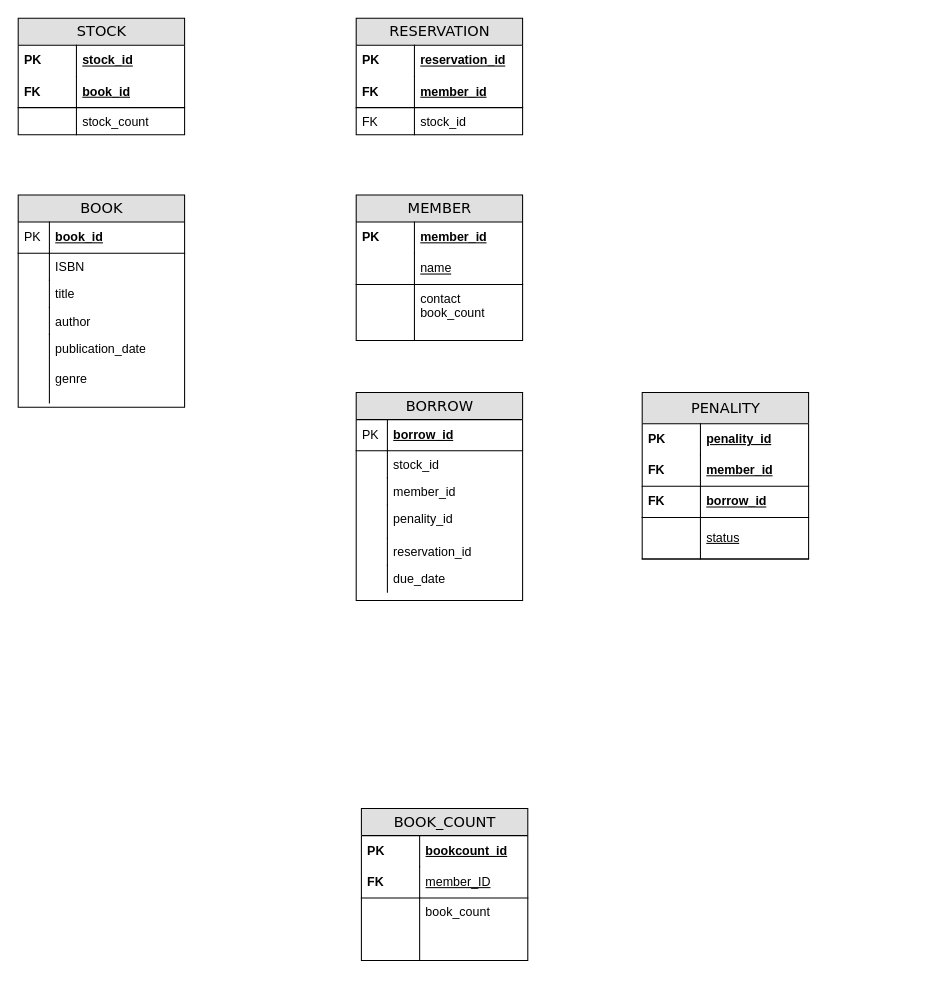
The draw.io diagram erdiagram.drawio in kaushik315/MScComputingDS, before the edit. Source tidied: cells renumbered, new cells numbered last; positions are measured from the earlier drawing's top-left corner, leaving out a move shared by most shapes. Both pictures are drawn from the tidied source at 104%, with x=0, y=0 at pixel (18, 18).
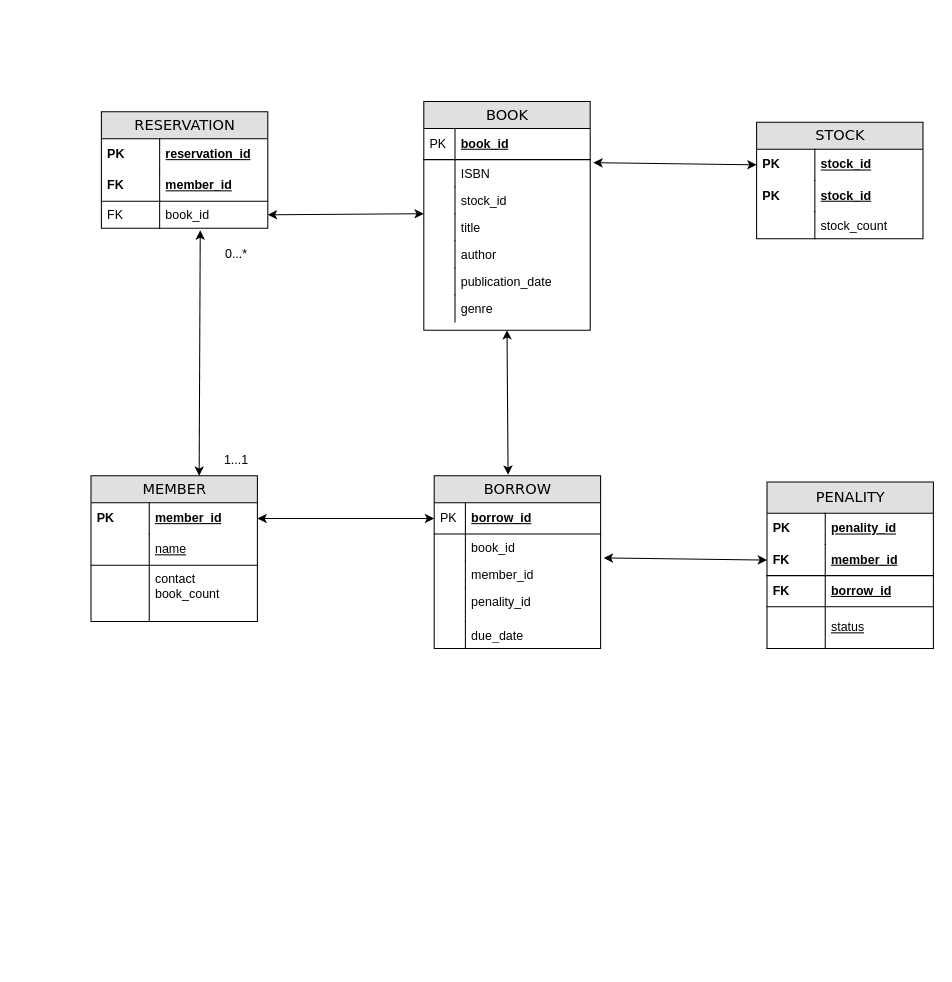
The same diagram, later.

The change refers to these unchanged cells:
```xml
<mxCell id="10" value="member_id" style="shape=partialRectangle;top=0;left=0;right=0;bottom=0;html=1;align=left;verticalAlign=middle;fillColor=none;spacingLeft=60;spacingRight=4;whiteSpace=wrap;overflow=hidden;points=[[0,0.5],[1,0.5]];portConstraint=eastwest;fontStyle=5;" parent="9" vertex="1">
  <mxGeometry y="26" width="160" height="30" as="geometry" />
</mxCell>
<mxCell id="19" value="member_id" style="shape=partialRectangle;top=0;left=0;right=0;bottom=1;html=1;align=left;verticalAlign=middle;fillColor=none;spacingLeft=60;spacingRight=4;whiteSpace=wrap;overflow=hidden;points=[[0,0.5],[1,0.5]];portConstraint=eastwest;fontStyle=5;" parent="16" vertex="1">
  <mxGeometry y="60" width="160" height="30" as="geometry" />
</mxCell>
<mxCell id="28" value="ISBN" style="shape=partialRectangle;top=0;left=0;right=0;bottom=0;html=1;align=left;verticalAlign=top;fillColor=none;spacingLeft=34;spacingRight=4;whiteSpace=wrap;overflow=hidden;points=[[0,0.5],[1,0.5]];portConstraint=eastwest;rotation=0;" parent="25" vertex="1">
  <mxGeometry y="56" width="160" height="26" as="geometry" />
</mxCell>
<mxCell id="37" value="borrow_id" style="shape=partialRectangle;top=0;left=0;right=0;bottom=1;html=1;align=left;verticalAlign=middle;fillColor=none;spacingLeft=34;spacingRight=4;whiteSpace=wrap;overflow=hidden;points=[[0,0.5],[1,0.5]];portConstraint=eastwest;fontStyle=5;" parent="36" vertex="1">
  <mxGeometry y="26" width="160" height="30" as="geometry" />
</mxCell>
```

Diff of the diagram source:
```diff
@@
     <mxCell id="2" value="STOCK" style="swimlane;html=1;fontStyle=0;horizontal=1;startSize=26;fillColor=#e0e0e0;swimlaneFillColor=#ffffff;align=center;rounded=0;shadow=0;comic=0;labelBackgroundColor=none;strokeWidth=1;fontFamily=Verdana;fontSize=14;" parent="1" vertex="1">
-      <mxGeometry width="160" height="112" as="geometry" />
+      <mxGeometry x="710" y="100" width="160" height="112" as="geometry" />
     </mxCell>
+    <mxCell id="63" value="stock_id" style="shape=partialRectangle;top=0;left=0;right=0;bottom=0;html=1;align=left;verticalAlign=middle;fillColor=none;spacingLeft=60;spacingRight=4;whiteSpace=wrap;overflow=hidden;points=[[0,0.5],[1,0.5]];portConstraint=eastwest;fontStyle=5;" parent="2" vertex="1">
+      <mxGeometry y="26" width="160" height="30" as="geometry" />
+    </mxCell>
+    <mxCell id="51" value="PK" style="shape=partialRectangle;fontStyle=1;top=0;left=0;bottom=0;html=1;fillColor=none;align=left;verticalAlign=middle;spacingLeft=4;spacingRight=4;whiteSpace=wrap;overflow=hidden;" parent="63" vertex="1">
+      <mxGeometry width="56" height="30" as="geometry" />
+    </mxCell>
     <mxCell id="3" value="stock_id" style="shape=partialRectangle;top=0;left=0;right=0;bottom=0;html=1;align=left;verticalAlign=middle;fillColor=none;spacingLeft=60;spacingRight=4;whiteSpace=wrap;overflow=hidden;fontStyle=5;" parent="2" vertex="1">
-      <mxGeometry y="26" width="160" height="30" as="geometry" />
+      <mxGeometry y="56" width="160" height="30" as="geometry" />
     </mxCell>
@@
-    <mxCell id="5" value="book_id" style="shape=partialRectangle;top=0;left=0;right=0;bottom=1;html=1;align=left;verticalAlign=middle;fillColor=none;spacingLeft=60;spacingRight=4;whiteSpace=wrap;overflow=hidden;fontStyle=5;" parent="2" vertex="1">
-      <mxGeometry y="56" width="160" height="30" as="geometry" />
-    </mxCell>
-    <mxCell id="6" value="FK" style="shape=partialRectangle;fontStyle=1;top=0;left=0;bottom=0;html=1;fillColor=none;align=left;verticalAlign=middle;spacingLeft=4;spacingRight=4;whiteSpace=wrap;overflow=hidden;" parent="5" vertex="1">
-      <mxGeometry width="56" height="30" as="geometry" />
-    </mxCell>
@@
     <mxCell id="9" value="MEMBER" style="swimlane;html=1;fontStyle=0;horizontal=1;startSize=26;fillColor=#e0e0e0;swimlaneFillColor=#ffffff;align=center;rounded=0;shadow=0;comic=0;labelBackgroundColor=none;strokeWidth=1;fontFamily=Verdana;fontSize=14;" parent="1" vertex="1">
-      <mxGeometry x="325" y="170" width="160" height="140" as="geometry" />
+      <mxGeometry x="70" y="440" width="160" height="140" as="geometry" />
     </mxCell>
@@
     <mxCell id="16" value="PENALITY" style="swimlane;html=1;fontStyle=0;horizontal=1;startSize=30;fillColor=#e0e0e0;swimlaneFillColor=#ffffff;align=center;rounded=0;shadow=0;comic=0;labelBackgroundColor=none;strokeWidth=1;fontFamily=Verdana;fontSize=14;" parent="1" vertex="1">
-      <mxGeometry x="600" y="360" width="160" height="160" as="geometry" />
+      <mxGeometry x="720" y="446" width="160" height="160" as="geometry" />
     </mxCell>
@@
     <mxCell id="25" value="BOOK" style="swimlane;html=1;fontStyle=0;horizontal=1;startSize=26;fillColor=#e0e0e0;swimlaneFillColor=#ffffff;align=center;rounded=0;shadow=0;comic=0;labelBackgroundColor=none;strokeWidth=1;fontFamily=Verdana;fontSize=14;rotation=0;" parent="1" vertex="1">
-      <mxGeometry y="170" width="160" height="204" as="geometry" />
+      <mxGeometry x="390" y="80" width="160" height="220" as="geometry" />
     </mxCell>
@@
+    <mxCell id="64" value="stock_id" style="shape=partialRectangle;top=0;left=0;right=0;bottom=0;html=1;align=left;verticalAlign=top;fillColor=none;spacingLeft=34;spacingRight=4;whiteSpace=wrap;overflow=hidden;points=[[0,0.5],[1,0.5]];portConstraint=eastwest;rotation=0;" parent="25" vertex="1">
+      <mxGeometry y="82" width="160" height="26" as="geometry" />
+    </mxCell>
+    <mxCell id="65" style="shape=partialRectangle;top=0;left=0;bottom=0;html=1;fillColor=none;align=left;verticalAlign=top;spacingLeft=4;spacingRight=4;whiteSpace=wrap;overflow=hidden;rotation=0;" parent="64" vertex="1">
+      <mxGeometry width="30" height="26" as="geometry" />
+    </mxCell>
     <mxCell id="30" value="title" style="shape=partialRectangle;top=0;left=0;right=0;bottom=0;html=1;align=left;verticalAlign=top;fillColor=none;spacingLeft=34;spacingRight=4;whiteSpace=wrap;overflow=hidden;rotation=0;" parent="25" vertex="1">
-      <mxGeometry y="82" width="160" height="26" as="geometry" />
+      <mxGeometry y="108" width="160" height="26" as="geometry" />
     </mxCell>
@@
     <mxCell id="32" value="author" style="shape=partialRectangle;top=0;left=0;right=0;bottom=0;html=1;align=left;verticalAlign=top;fillColor=none;spacingLeft=34;spacingRight=4;whiteSpace=wrap;overflow=hidden;rotation=0;" parent="25" vertex="1">
-      <mxGeometry y="108" width="160" height="26" as="geometry" />
+      <mxGeometry y="134" width="160" height="26" as="geometry" />
     </mxCell>
@@
-    <mxCell id="34" value="publication_date&lt;br&gt;&lt;br&gt;genre&lt;br&gt;" style="shape=partialRectangle;top=0;left=0;right=0;bottom=0;html=1;align=left;verticalAlign=top;fillColor=none;spacingLeft=34;spacingRight=4;whiteSpace=wrap;overflow=hidden;rotation=0;" parent="25" vertex="1">
-      <mxGeometry y="134" width="160" height="66" as="geometry" />
-    </mxCell>
-    <mxCell id="35" style="shape=partialRectangle;top=0;left=0;bottom=0;html=1;fillColor=none;align=left;verticalAlign=top;spacingLeft=4;spacingRight=4;whiteSpace=wrap;overflow=hidden;rotation=0;" parent="34" vertex="1">
-      <mxGeometry width="30" height="66" as="geometry" />
-    </mxCell>
+    <mxCell id="66" value="publication_date" style="shape=partialRectangle;top=0;left=0;right=0;bottom=0;html=1;align=left;verticalAlign=top;fillColor=none;spacingLeft=34;spacingRight=4;whiteSpace=wrap;overflow=hidden;rotation=0;" parent="25" vertex="1">
+      <mxGeometry y="160" width="160" height="26" as="geometry" />
+    </mxCell>
+    <mxCell id="67" style="shape=partialRectangle;top=0;left=0;bottom=0;html=1;fillColor=none;align=left;verticalAlign=top;spacingLeft=4;spacingRight=4;whiteSpace=wrap;overflow=hidden;rotation=0;" parent="66" vertex="1">
+      <mxGeometry width="30" height="26" as="geometry" />
+    </mxCell>
+    <mxCell id="68" value="genre" style="shape=partialRectangle;top=0;left=0;right=0;bottom=0;html=1;align=left;verticalAlign=top;fillColor=none;spacingLeft=34;spacingRight=4;whiteSpace=wrap;overflow=hidden;rotation=0;" parent="25" vertex="1">
+      <mxGeometry y="186" width="160" height="26" as="geometry" />
+    </mxCell>
+    <mxCell id="69" style="shape=partialRectangle;top=0;left=0;bottom=0;html=1;fillColor=none;align=left;verticalAlign=top;spacingLeft=4;spacingRight=4;whiteSpace=wrap;overflow=hidden;rotation=0;" parent="68" vertex="1">
+      <mxGeometry width="30" height="26" as="geometry" />
+    </mxCell>
     <mxCell id="36" value="BORROW" style="swimlane;html=1;fontStyle=0;horizontal=1;startSize=26;fillColor=#e0e0e0;swimlaneFillColor=#ffffff;align=center;rounded=0;shadow=0;comic=0;labelBackgroundColor=none;strokeWidth=1;fontFamily=Verdana;fontSize=14;" parent="1" vertex="1">
-      <mxGeometry x="325" y="360" width="160" height="200" as="geometry" />
+      <mxGeometry x="400" y="440" width="160" height="166" as="geometry" />
     </mxCell>
@@
-    <mxCell id="39" value="stock_id" style="shape=partialRectangle;top=0;left=0;right=0;bottom=0;html=1;align=left;verticalAlign=top;fillColor=none;spacingLeft=34;spacingRight=4;whiteSpace=wrap;overflow=hidden;" parent="36" vertex="1">
-      <mxGeometry y="56" width="160" height="26" as="geometry" />
-    </mxCell>
-    <mxCell id="40" style="shape=partialRectangle;top=0;left=0;bottom=0;html=1;fillColor=none;align=left;verticalAlign=top;spacingLeft=4;spacingRight=4;whiteSpace=wrap;overflow=hidden;" parent="39" vertex="1">
-      <mxGeometry width="30" height="26" as="geometry" />
-    </mxCell>
-    <mxCell id="41" value="member_id" style="shape=partialRectangle;top=0;left=0;right=0;bottom=0;html=1;align=left;verticalAlign=top;fillColor=none;spacingLeft=34;spacingRight=4;whiteSpace=wrap;overflow=hidden;" parent="36" vertex="1">
-      <mxGeometry y="82" width="160" height="26" as="geometry" />
+    <mxCell id="41" value="book_id" style="shape=partialRectangle;top=0;left=0;right=0;bottom=0;html=1;align=left;verticalAlign=top;fillColor=none;spacingLeft=34;spacingRight=4;whiteSpace=wrap;overflow=hidden;" parent="36" vertex="1">
+      <mxGeometry y="56" width="160" height="26" as="geometry" />
     </mxCell>
@@
+    <mxCell id="70" value="member_id" style="shape=partialRectangle;top=0;left=0;right=0;bottom=0;html=1;align=left;verticalAlign=top;fillColor=none;spacingLeft=34;spacingRight=4;whiteSpace=wrap;overflow=hidden;points=[[0,0.5],[1,0.5]];portConstraint=eastwest;" parent="36" vertex="1">
+      <mxGeometry y="82" width="160" height="26" as="geometry" />
+    </mxCell>
+    <mxCell id="71" style="shape=partialRectangle;top=0;left=0;bottom=0;html=1;fillColor=none;align=left;verticalAlign=top;spacingLeft=4;spacingRight=4;whiteSpace=wrap;overflow=hidden;" parent="70" vertex="1">
+      <mxGeometry width="30" height="26" as="geometry" />
+    </mxCell>
@@
-    <mxCell id="45" value="reservation_id" style="shape=partialRectangle;top=0;left=0;right=0;bottom=0;html=1;align=left;verticalAlign=top;fillColor=none;spacingLeft=34;spacingRight=4;whiteSpace=wrap;overflow=hidden;" parent="36" vertex="1">
-      <mxGeometry y="140" width="160" height="26" as="geometry" />
-    </mxCell>
-    <mxCell id="46" style="shape=partialRectangle;top=0;left=0;bottom=0;html=1;fillColor=none;align=left;verticalAlign=top;spacingLeft=4;spacingRight=4;whiteSpace=wrap;overflow=hidden;" parent="45" vertex="1">
-      <mxGeometry width="30" height="26" as="geometry" />
-    </mxCell>
     <mxCell id="47" value="due_date" style="shape=partialRectangle;top=0;left=0;right=0;bottom=0;html=1;align=left;verticalAlign=top;fillColor=none;spacingLeft=34;spacingRight=4;whiteSpace=wrap;overflow=hidden;" parent="36" vertex="1">
-      <mxGeometry y="166" width="160" height="26" as="geometry" />
+      <mxGeometry y="140" width="160" height="26" as="geometry" />
     </mxCell>
@@
-    <mxCell id="49" value="BOOK_COUNT" style="swimlane;html=1;fontStyle=0;horizontal=1;startSize=26;fillColor=#e0e0e0;swimlaneFillColor=#ffffff;align=center;rounded=0;shadow=0;comic=0;labelBackgroundColor=none;strokeWidth=1;fontFamily=Verdana;fontSize=14;" parent="1" vertex="1">
-      <mxGeometry x="330" y="760" width="160" height="146" as="geometry" />
-    </mxCell>
-    <mxCell id="50" value="bookcount_id&lt;span style=&quot;white-space: pre;&quot;&gt;&#9;&lt;/span&gt;" style="shape=partialRectangle;top=0;left=0;right=0;bottom=0;html=1;align=left;verticalAlign=middle;fillColor=none;spacingLeft=60;spacingRight=4;whiteSpace=wrap;overflow=hidden;fontStyle=5;" parent="49" vertex="1">
-      <mxGeometry y="26" width="160" height="30" as="geometry" />
-    </mxCell>
-    <mxCell id="51" value="PK" style="shape=partialRectangle;fontStyle=1;top=0;left=0;bottom=0;html=1;fillColor=none;align=left;verticalAlign=middle;spacingLeft=4;spacingRight=4;whiteSpace=wrap;overflow=hidden;" parent="50" vertex="1">
-      <mxGeometry width="56" height="30" as="geometry" />
-    </mxCell>
-    <mxCell id="52" value="&lt;span style=&quot;font-weight: 400;&quot;&gt;member_ID&lt;/span&gt;" style="shape=partialRectangle;top=0;left=0;right=0;bottom=1;html=1;align=left;verticalAlign=middle;fillColor=none;spacingLeft=60;spacingRight=4;whiteSpace=wrap;overflow=hidden;fontStyle=5;" parent="49" vertex="1">
-      <mxGeometry y="56" width="160" height="30" as="geometry" />
-    </mxCell>
-    <mxCell id="53" value="FK" style="shape=partialRectangle;fontStyle=1;top=0;left=0;bottom=0;html=1;fillColor=none;align=left;verticalAlign=middle;spacingLeft=4;spacingRight=4;whiteSpace=wrap;overflow=hidden;" parent="52" vertex="1">
-      <mxGeometry width="56" height="30" as="geometry" />
-    </mxCell>
-    <mxCell id="54" value="book_count" style="shape=partialRectangle;top=0;left=0;right=0;bottom=0;html=1;align=left;verticalAlign=top;fillColor=none;spacingLeft=60;spacingRight=4;whiteSpace=wrap;overflow=hidden;" parent="49" vertex="1">
-      <mxGeometry y="86" width="160" height="60" as="geometry" />
-    </mxCell>
-    <mxCell id="55" style="shape=partialRectangle;top=0;left=0;bottom=0;html=1;fillColor=none;align=left;verticalAlign=top;spacingLeft=4;spacingRight=4;whiteSpace=wrap;overflow=hidden;" parent="54" vertex="1">
-      <mxGeometry width="56" height="60" as="geometry" />
-    </mxCell>
     <mxCell id="56" value="RESERVATION" style="swimlane;html=1;fontStyle=0;horizontal=1;startSize=26;fillColor=#e0e0e0;swimlaneFillColor=#ffffff;align=center;rounded=0;shadow=0;comic=0;labelBackgroundColor=none;strokeWidth=1;fontFamily=Verdana;fontSize=14;" parent="1" vertex="1">
-      <mxGeometry x="325" width="160" height="112" as="geometry" />
+      <mxGeometry x="80" y="90" width="160" height="112" as="geometry" />
     </mxCell>
@@
-    <mxCell id="61" value="stock_id" style="shape=partialRectangle;top=0;left=0;right=0;bottom=0;html=1;align=left;verticalAlign=top;fillColor=none;spacingLeft=60;spacingRight=4;whiteSpace=wrap;overflow=hidden;points=[[0,0.5],[1,0.5]];portConstraint=eastwest;" parent="56" vertex="1">
+    <mxCell id="61" value="book_id" style="shape=partialRectangle;top=0;left=0;right=0;bottom=0;html=1;align=left;verticalAlign=top;fillColor=none;spacingLeft=60;spacingRight=4;whiteSpace=wrap;overflow=hidden;points=[[0,0.5],[1,0.5]];portConstraint=eastwest;" parent="56" vertex="1">
       <mxGeometry y="86" width="160" height="26" as="geometry" />
     </mxCell>
@@
+    <mxCell id="72" style="endArrow=classic;startArrow=classic;html=1;rounded=0;entryX=0;entryY=1;entryDx=0;entryDy=0;entryPerimeter=0;exitX=1;exitY=0.5;exitDx=0;exitDy=0;" parent="1" edge="1" source="61" target="64">
+      <mxGeometry relative="1" as="geometry" />
+    </mxCell>
+    <mxCell id="73" style="endArrow=classic;startArrow=classic;html=1;rounded=0;entryX=0.5;entryY=1;entryDx=0;entryDy=0;exitX=0.444;exitY=-0.006;exitDx=0;exitDy=0;exitPerimeter=0;" parent="1" edge="1" source="36" target="25">
+      <mxGeometry relative="1" as="geometry" />
+    </mxCell>
+    <mxCell id="74" style="endArrow=classic;startArrow=classic;html=1;rounded=0;exitX=1;exitY=0.5;exitDx=0;exitDy=0;entryX=0;entryY=0.5;entryDx=0;entryDy=0;" parent="1" edge="1" source="10" target="37">
+      <mxGeometry relative="1" as="geometry" />
+    </mxCell>
+    <mxCell id="75" style="endArrow=classic;startArrow=classic;html=1;rounded=0;entryX=0;entryY=0.5;entryDx=0;entryDy=0;exitX=1.019;exitY=-0.115;exitDx=0;exitDy=0;exitPerimeter=0;" parent="1" edge="1" source="70" target="19">
+      <mxGeometry relative="1" as="geometry" />
+    </mxCell>
+    <mxCell id="76" style="endArrow=classic;startArrow=classic;html=1;rounded=0;entryX=0;entryY=0.5;entryDx=0;entryDy=0;exitX=1.019;exitY=0.115;exitDx=0;exitDy=0;exitPerimeter=0;" parent="1" edge="1" source="28" target="63">
+      <mxGeometry relative="1" as="geometry" />
+    </mxCell>
+    <mxCell id="77" style="endArrow=classic;startArrow=classic;html=1;rounded=0;entryX=0.594;entryY=1.077;entryDx=0;entryDy=0;entryPerimeter=0;exitX=0.65;exitY=0;exitDx=0;exitDy=0;exitPerimeter=0;" parent="1" edge="1" source="9" target="61">
+      <mxGeometry relative="1" as="geometry" />
+    </mxCell>
+    <mxCell id="78" value="0...*" style="text;html=1;strokeColor=none;fillColor=none;align=center;verticalAlign=middle;whiteSpace=wrap;rounded=0;" parent="1" vertex="1">
+      <mxGeometry x="180" y="212" width="60" height="30" as="geometry" />
+    </mxCell>
+    <mxCell id="79" value="1...1" style="text;html=1;strokeColor=none;fillColor=none;align=center;verticalAlign=middle;whiteSpace=wrap;rounded=0;" parent="1" vertex="1">
+      <mxGeometry x="180" y="410" width="60" height="30" as="geometry" />
+    </mxCell>
```
